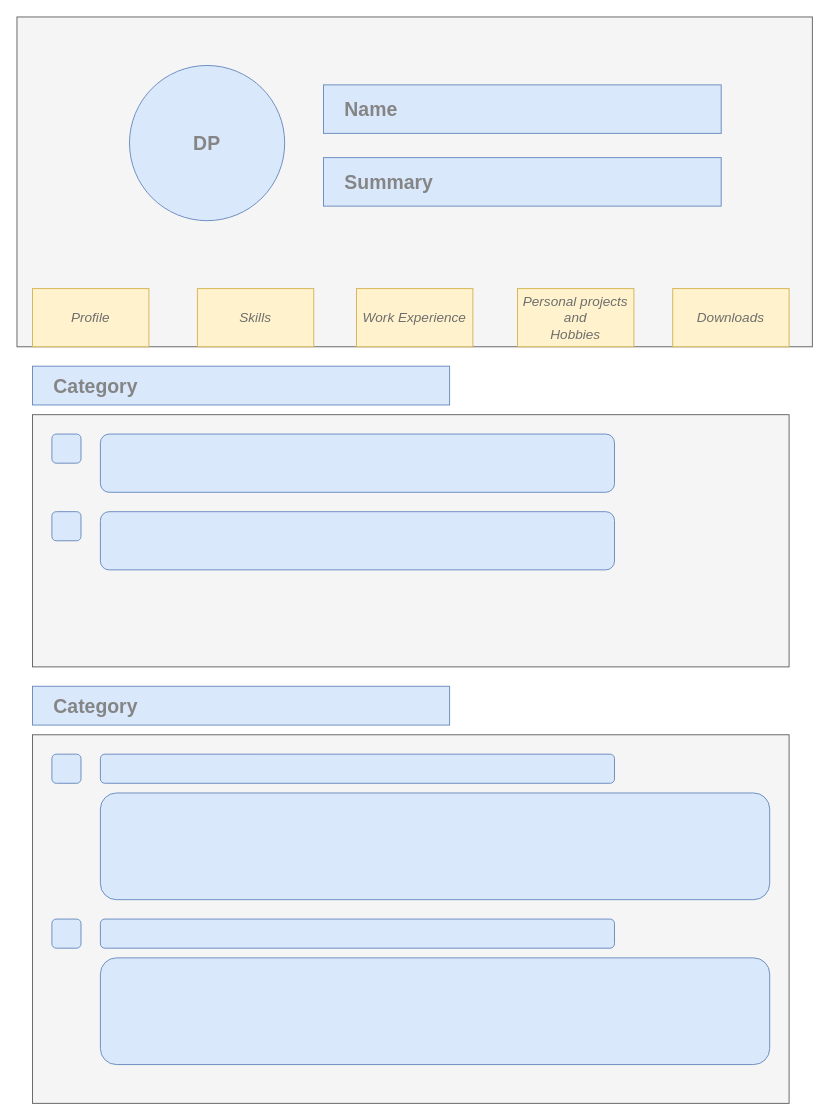
Before: documents/mockup.drawio in VenomousF4ANGs/resume, a draw.io diagram. Source tidied: cells renumbered, new cells numbered last; positions are measured from the earlier drawing's top-left corner, leaving out a move shared by most shapes. Both pictures are drawn from the tidied source at 97%, with x=0, y=0 at pixel (16, 16).
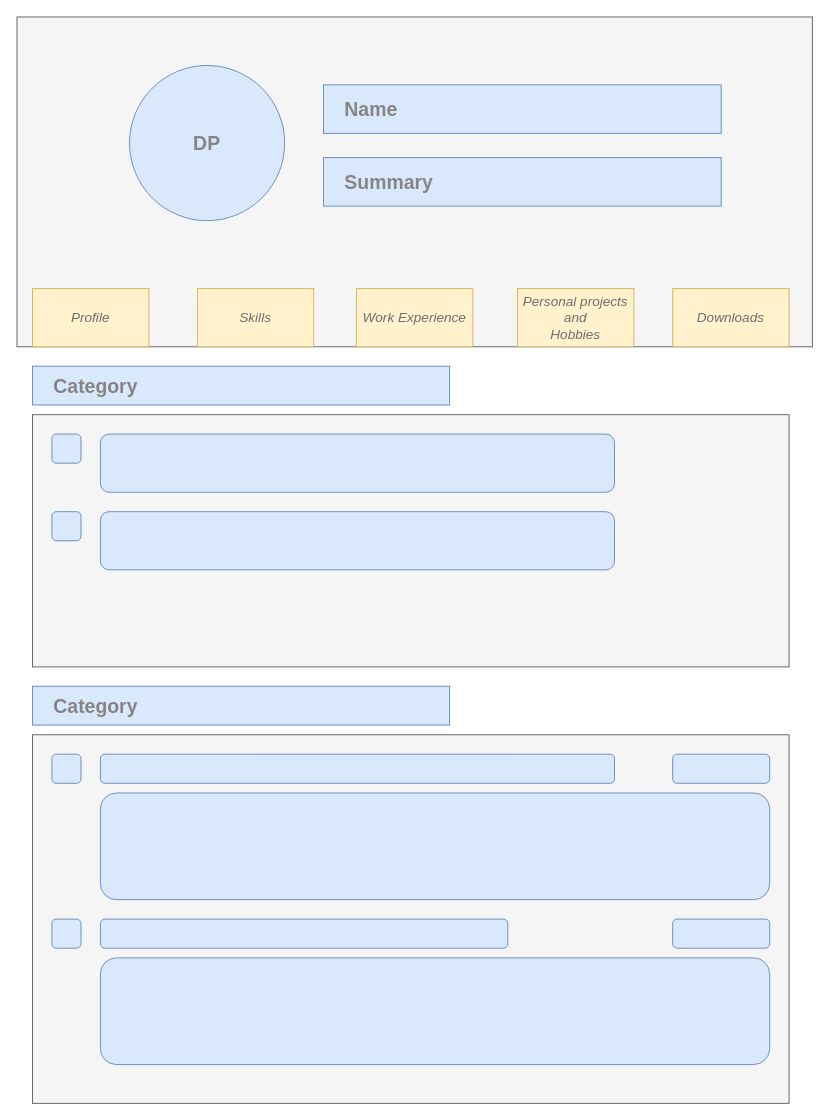
The same page after the edit.

Change to the diagram source:
```diff
@@
     <mxCell id="23" style="rounded=1;whiteSpace=wrap;html=1;fillColor=#dae8fc;strokeColor=#6c8ebf;" parent="1" vertex="1">
-      <mxGeometry x="86" y="930" width="530" height="30" as="geometry" />
+      <mxGeometry x="86" y="930" width="420" height="30" as="geometry" />
     </mxCell>
@@
+    <mxCell id="25" style="rounded=1;whiteSpace=wrap;html=1;fillColor=#dae8fc;strokeColor=#6c8ebf;" parent="1" vertex="1">
+      <mxGeometry x="676" y="930" width="100" height="30" as="geometry" />
+    </mxCell>
+    <mxCell id="26" style="rounded=1;whiteSpace=wrap;html=1;fillColor=#dae8fc;strokeColor=#6c8ebf;" parent="1" vertex="1">
+      <mxGeometry x="676" y="760" width="100" height="30" as="geometry" />
+    </mxCell>
```
